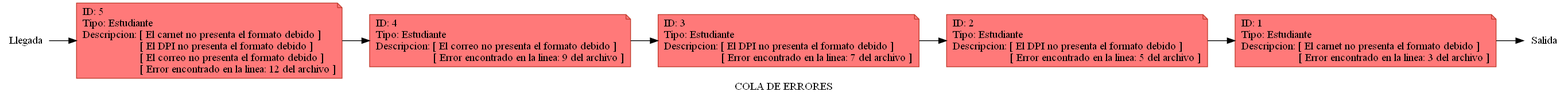
The Graphviz diagram Reportes/ColaErrores.png in DanielDubonDR/EDD_SmartClass_201901772, before a commit. Its source is kept beside it as Reportes/ColaErrores.dot. Source of this version:
```dot
digraph Errores {
 rankdir=LR;
 label="COLA DE ERRORES";
  node [shape = note, color="#c0392b", style=filled, fillcolor="#ff7979"];
N0[label="ID: 1 \lTipo: Estudiante \lDescripcion: [ El carnet no presenta el formato debido ]\l                    [ Error encontrado en la linea: 3 del archivo ]"];
N1[label="ID: 2 \lTipo: Estudiante \lDescripcion: [ El DPI no presenta el formato debido ]\l                    [ Error encontrado en la linea: 5 del archivo ]"];
N2[label="ID: 3 \lTipo: Estudiante \lDescripcion: [ El DPI no presenta el formato debido ]\l                    [ Error encontrado en la linea: 7 del archivo ]"];
N3[label="ID: 4 \lTipo: Estudiante \lDescripcion: [ El correo no presenta el formato debido ]\l                    [ Error encontrado en la linea: 9 del archivo ]"];
N4[label="ID: 5 \lTipo: Estudiante \lDescripcion: [ El carnet no presenta el formato debido ]\l                    [ El DPI no presenta el formato debido ]\l                    [ El correo no presenta el formato debido ]\l                    [ Error encontrado en la linea: 12 del archivo ]"];
aux[label="Salida", shape=none, style=none];
 aux1[label="Llegada", shape=none, style=none];
N1->N0;
N2->N1;
N3->N2;
N4->N3;
N0->aux;
 aux1->N4;
}
```
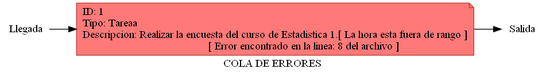
The same diagram one commit later.

Diff of the diagram source:
```diff
@@ -2,17 +2,9 @@
  rankdir=LR;
  label="COLA DE ERRORES";
   node [shape = note, color="#c0392b", style=filled, fillcolor="#ff7979"];
-N0[label="ID: 1 \lTipo: Estudiante \lDescripcion: [ El carnet no presenta el formato debido ]\l                    [ Error encontrado en la linea: 3 del archivo ]"];
-N1[label="ID: 2 \lTipo: Estudiante \lDescripcion: [ El DPI no presenta el formato debido ]\l                    [ Error encontrado en la linea: 5 del archivo ]"];
-N2[label="ID: 3 \lTipo: Estudiante \lDescripcion: [ El DPI no presenta el formato debido ]\l                    [ Error encontrado en la linea: 7 del archivo ]"];
-N3[label="ID: 4 \lTipo: Estudiante \lDescripcion: [ El correo no presenta el formato debido ]\l                    [ Error encontrado en la linea: 9 del archivo ]"];
-N4[label="ID: 5 \lTipo: Estudiante \lDescripcion: [ El carnet no presenta el formato debido ]\l                    [ El DPI no presenta el formato debido ]\l                    [ El correo no presenta el formato debido ]\l                    [ Error encontrado en la linea: 12 del archivo ]"];
+N0[label="ID: 1 \lTipo: Tareaa \lDescripcion: Realizar la encuesta del curso de Estadistica 1.[ La hora esta fuera de rango ]\l                    [ Error encontrado en la linea: 8 del archivo ]"];
 aux[label="Salida", shape=none, style=none];
  aux1[label="Llegada", shape=none, style=none];
-N1->N0;
-N2->N1;
-N3->N2;
-N4->N3;
 N0->aux;
- aux1->N4;
+ aux1->N0;
 }
```
